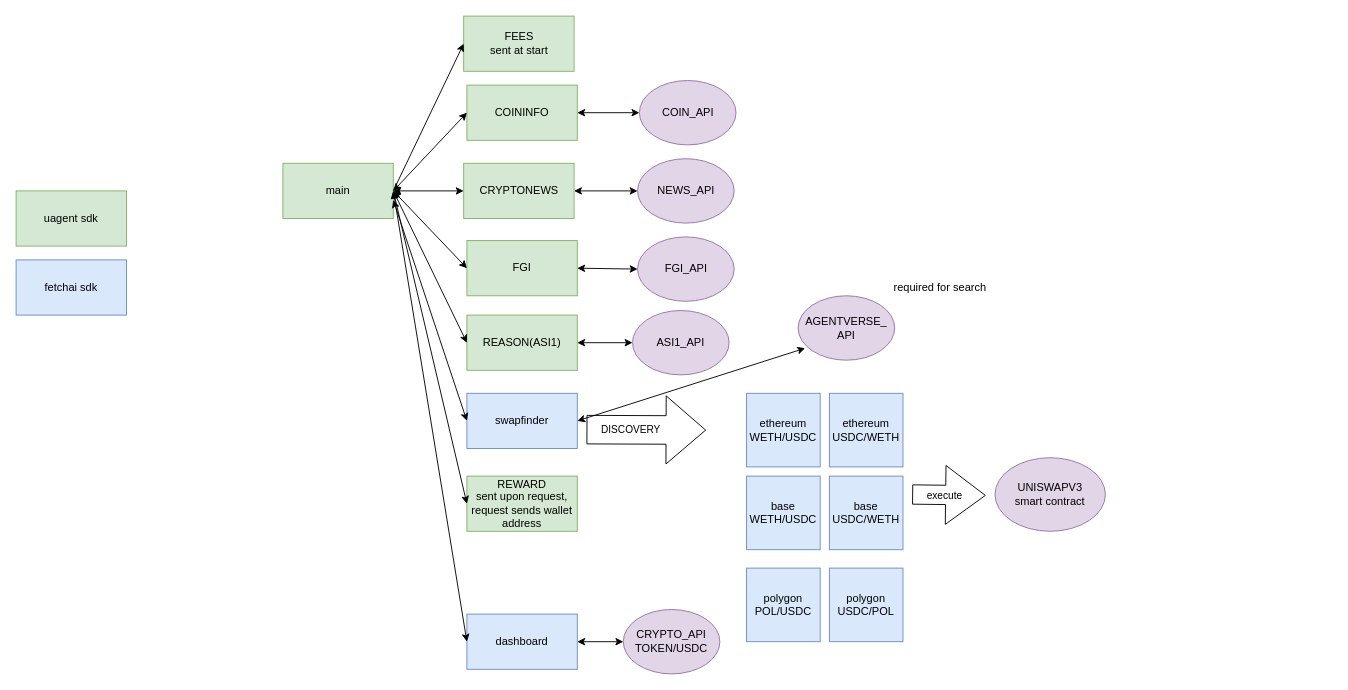
The draw.io diagram cryptoreason/agentverse.drawio.crswap.drawio in abhivir-42/fetch-hack, before the edit. Source tidied: cells renumbered, new cells numbered last; positions are measured from the earlier drawing's top-left corner, leaving out a move shared by most shapes. Both pictures are drawn from the tidied source at 92%, with x=0, y=0 at pixel (16, 16).
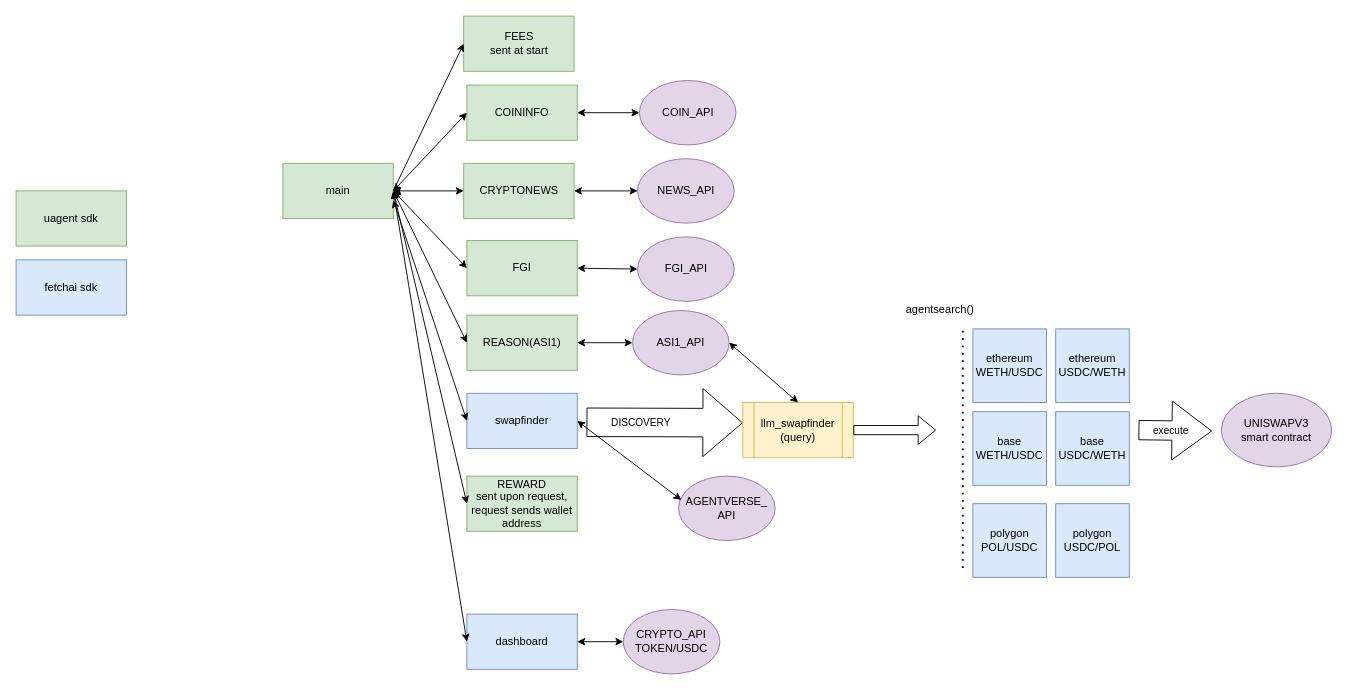
The same page after the edit.

Commit message (it also covers changes not shown here):
testing with swapfinder.py searching for agents. implemented llm which should process as query discovered agents and decide which agents fit the best

The change refers to these unchanged cells:
```xml
<mxCell id="5" value="swapfinder" style="rounded=0;whiteSpace=wrap;html=1;fillColor=#dae8fc;strokeColor=#6c8ebf;" parent="1" vertex="1">
  <mxGeometry x="490" y="410" width="120" height="60" as="geometry" />
</mxCell>
<mxCell id="40" value="ASI1_API" style="ellipse;whiteSpace=wrap;html=1;fillColor=#e1d5e7;strokeColor=#9673a6;" parent="1" vertex="1">
  <mxGeometry x="670" y="320" width="105" height="70" as="geometry" />
</mxCell>
```

What changed in the source:
```diff
@@
     <mxCell id="18" value="ethereum&lt;div&gt;WETH/USDC&lt;/div&gt;" style="whiteSpace=wrap;html=1;fillColor=#dae8fc;strokeColor=#6c8ebf;" parent="1" vertex="1">
-      <mxGeometry x="794" y="410" width="80" height="80" as="geometry" />
+      <mxGeometry x="1040" y="340" width="80" height="80" as="geometry" />
     </mxCell>
-    <mxCell id="19" style="shape=flexArrow;endArrow=classic;html=1;rounded=0;endWidth=42;endSize=14;width=31;" parent="1" edge="1">
+    <mxCell id="19" style="shape=flexArrow;endArrow=classic;html=1;rounded=0;endWidth=42;endSize=14;width=31;entryX=0;entryY=0.5;entryDx=0;entryDy=0;" parent="1" edge="1">
       <mxGeometry relative="1" as="geometry">
-        <mxPoint x="620" y="449.5" as="sourcePoint" />
-        <mxPoint x="750" y="450" as="targetPoint" />
+        <mxPoint x="620" y="441.5" as="sourcePoint" />
+        <mxPoint x="790" y="442" as="targetPoint" />
       </mxGeometry>
     </mxCell>
@@
     <mxCell id="21" value="ethereum&lt;div&gt;USDC/WETH&lt;/div&gt;" style="whiteSpace=wrap;html=1;fillColor=#dae8fc;strokeColor=#6c8ebf;" parent="1" vertex="1">
-      <mxGeometry x="884" y="410" width="80" height="80" as="geometry" />
+      <mxGeometry x="1130" y="340" width="80" height="80" as="geometry" />
     </mxCell>
@@
     <mxCell id="24" value="base&lt;div&gt;WETH/USDC&lt;/div&gt;" style="whiteSpace=wrap;html=1;fillColor=#dae8fc;strokeColor=#6c8ebf;" parent="1" vertex="1">
-      <mxGeometry x="794" y="500" width="80" height="80" as="geometry" />
+      <mxGeometry x="1040" y="430" width="80" height="80" as="geometry" />
     </mxCell>
     <mxCell id="25" value="base&lt;div&gt;USDC/WETH&lt;/div&gt;" style="whiteSpace=wrap;html=1;fillColor=#dae8fc;strokeColor=#6c8ebf;" parent="1" vertex="1">
-      <mxGeometry x="884" y="500" width="80" height="80" as="geometry" />
+      <mxGeometry x="1130" y="430" width="80" height="80" as="geometry" />
     </mxCell>
     <mxCell id="26" value="polygon&lt;br&gt;&lt;div&gt;POL/USDC&lt;/div&gt;" style="whiteSpace=wrap;html=1;fillColor=#dae8fc;strokeColor=#6c8ebf;" parent="1" vertex="1">
-      <mxGeometry x="794" y="600" width="80" height="80" as="geometry" />
+      <mxGeometry x="1040" y="530" width="80" height="80" as="geometry" />
     </mxCell>
     <mxCell id="27" value="polygon&lt;div&gt;USDC/POL&lt;/div&gt;" style="whiteSpace=wrap;html=1;fillColor=#dae8fc;strokeColor=#6c8ebf;" parent="1" vertex="1">
-      <mxGeometry x="884" y="600" width="80" height="80" as="geometry" />
+      <mxGeometry x="1130" y="530" width="80" height="80" as="geometry" />
     </mxCell>
@@
     <mxCell id="30" value="UNISWAPV3&lt;div&gt;smart contract&lt;/div&gt;" style="ellipse;whiteSpace=wrap;html=1;fillColor=#e1d5e7;strokeColor=#9673a6;" parent="1" vertex="1">
-      <mxGeometry x="1064" y="480" width="120" height="80" as="geometry" />
+      <mxGeometry x="1310" y="410" width="120" height="80" as="geometry" />
     </mxCell>
     <mxCell id="31" style="shape=flexArrow;endArrow=classic;html=1;rounded=0;endWidth=42;endSize=14.04;width=21;" parent="1" edge="1">
       <mxGeometry relative="1" as="geometry">
-        <mxPoint x="974" y="520" as="sourcePoint" />
-        <mxPoint x="1054" y="521" as="targetPoint" />
+        <mxPoint x="1220" y="450" as="sourcePoint" />
+        <mxPoint x="1300" y="451" as="targetPoint" />
       </mxGeometry>
     </mxCell>
@@
     <mxCell id="42" value="AGENTVERSE_&lt;div&gt;API&lt;/div&gt;" style="ellipse;whiteSpace=wrap;html=1;fillColor=#e1d5e7;strokeColor=#9673a6;" parent="1" vertex="1">
-      <mxGeometry x="850" y="304" width="105" height="70" as="geometry" />
+      <mxGeometry x="720" y="500" width="105" height="70" as="geometry" />
     </mxCell>
-    <mxCell id="43" style="endArrow=classic;startArrow=classic;html=1;rounded=0;exitX=1;exitY=0.5;exitDx=0;exitDy=0;entryX=0.073;entryY=0.814;entryDx=0;entryDy=0;entryPerimeter=0;" parent="1" edge="1" source="5" target="42">
+    <mxCell id="43" style="endArrow=classic;startArrow=classic;html=1;rounded=0;exitX=1;exitY=0.5;exitDx=0;exitDy=0;entryX=0.029;entryY=0.371;entryDx=0;entryDy=0;entryPerimeter=0;" parent="1" edge="1" source="5" target="42">
       <mxGeometry relative="1" as="geometry" />
     </mxCell>
-    <mxCell id="44" value="required for search" style="text;html=1;align=center;verticalAlign=middle;strokeColor=none;fillColor=none;" parent="1" vertex="1">
-      <mxGeometry x="944" y="280" width="120" height="30" as="geometry" />
+    <mxCell id="44" value="agentsearch()" style="text;html=1;align=center;verticalAlign=middle;strokeColor=none;fillColor=none;" parent="1" vertex="1">
+      <mxGeometry x="954" y="304" width="100" height="30" as="geometry" />
     </mxCell>
+    <mxCell id="45" value="llm_swapfinder&lt;div&gt;(query)&lt;/div&gt;" style="shape=process;whiteSpace=wrap;html=1;backgroundOutline=1;fillColor=#fff2cc;strokeColor=#d6b656;" parent="1" vertex="1">
+      <mxGeometry x="790" y="420" width="120" height="60" as="geometry" />
+    </mxCell>
+    <mxCell id="46" style="endArrow=classic;startArrow=classic;html=1;rounded=0;exitX=1;exitY=0.5;exitDx=0;exitDy=0;entryX=0.5;entryY=0;entryDx=0;entryDy=0;" parent="1" edge="1" source="40" target="45">
+      <mxGeometry relative="1" as="geometry" />
+    </mxCell>
+    <mxCell id="47" style="shape=flexArrow;endArrow=classic;html=1;rounded=0;exitX=1;exitY=0.5;exitDx=0;exitDy=0;" parent="1" edge="1" source="45">
+      <mxGeometry relative="1" as="geometry">
+        <mxPoint x="1000" y="450" as="targetPoint" />
+      </mxGeometry>
+    </mxCell>
+    <mxCell id="48" style="endArrow=none;dashed=1;html=1;dashPattern=1 3;strokeWidth=2;rounded=0;" parent="1" edge="1">
+      <mxGeometry relative="1" as="geometry">
+        <mxPoint x="1029" y="600" as="sourcePoint" />
+        <mxPoint x="1029" y="340" as="targetPoint" />
+      </mxGeometry>
+    </mxCell>
```
